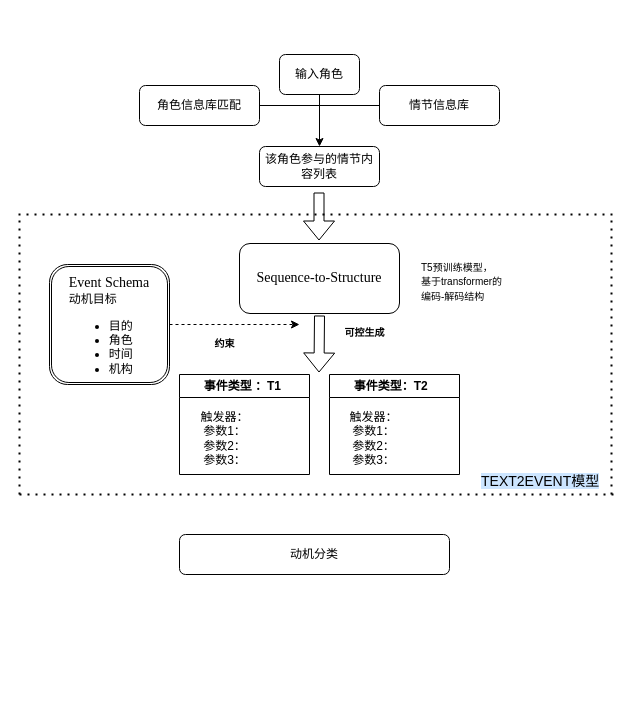
This is 动机目标维度.drawio from Luoxun1989/work-graph, a draw.io file, before an edit. Source tidied: cells renumbered, new cells numbered last; positions are measured from the earlier drawing's top-left corner, leaving out a move shared by most shapes. Both pictures are drawn from the tidied source at 100%, with x=0, y=0 at pixel (18, 54).
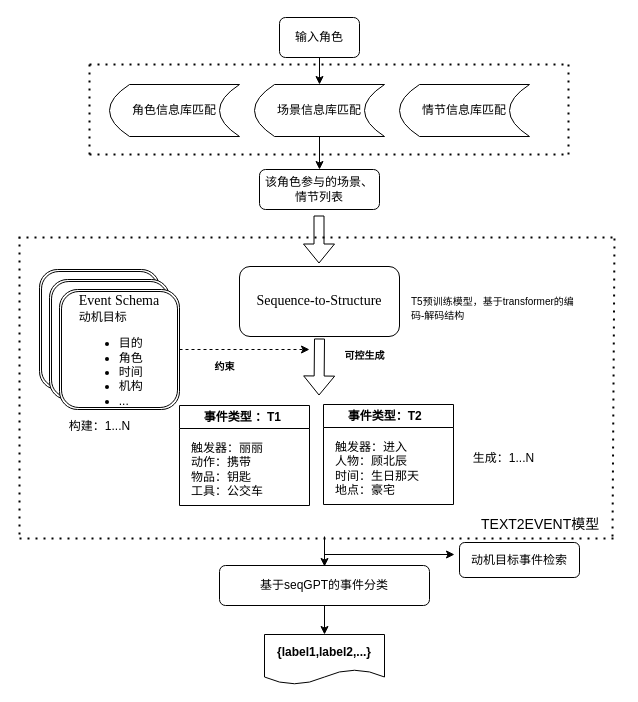
After the change.

Commit message:
更新动机目标维度.drawio

Change to the diagram source:
```diff
@@
-    <mxCell id="2" value="角色信息库匹配" style="rounded=1;whiteSpace=wrap;html=1;fontSize=12;glass=0;strokeWidth=1;shadow=0;" parent="1" vertex="1">
-      <mxGeometry x="121" y="31" width="120" height="40" as="geometry" />
-    </mxCell>
-    <mxCell id="3" value="情节信息库" style="rounded=1;whiteSpace=wrap;html=1;fontSize=12;glass=0;strokeWidth=1;shadow=0;" parent="1" vertex="1">
-      <mxGeometry x="361" y="31" width="120" height="40" as="geometry" />
-    </mxCell>
-    <mxCell id="4" value="该角色参与的情节内容列表" style="rounded=1;whiteSpace=wrap;html=1;fontSize=12;glass=0;strokeWidth=1;shadow=0;" parent="1" vertex="1">
-      <mxGeometry x="241" y="92" width="120" height="40" as="geometry" />
+    <mxCell id="4" value="该角色参与的场景、情节列表" style="rounded=1;whiteSpace=wrap;html=1;fontSize=12;glass=0;strokeWidth=1;shadow=0;" parent="1" vertex="1">
+      <mxGeometry x="241" y="115" width="120" height="40" as="geometry" />
     </mxCell>
     <mxCell id="5" value="输入角色" style="rounded=1;whiteSpace=wrap;html=1;fontSize=12;glass=0;strokeWidth=1;shadow=0;" parent="1" vertex="1">
-      <mxGeometry x="261" width="80" height="40" as="geometry" />
+      <mxGeometry x="261" y="-37" width="80" height="40" as="geometry" />
     </mxCell>
     <mxCell id="6" value="&lt;p class=&quot;MsoNormal&quot;&gt;&lt;span style=&quot;mso-spacerun:'yes';font-family:'Times New Roman';font-size:10.5000pt;&lt;br/&gt;mso-font-kerning:1.0000pt;&quot;&gt;Sequence-to-Structure&lt;/span&gt;&lt;/p&gt;" style="rounded=1;whiteSpace=wrap;html=1;fontSize=12;glass=0;strokeWidth=1;shadow=0;" parent="1" vertex="1">
-      <mxGeometry x="221" y="189" width="160" height="70" as="geometry" />
+      <mxGeometry x="221" y="212" width="160" height="70" as="geometry" />
     </mxCell>
     <mxCell id="7" value="&lt;p&gt;事件类型 ：T1&amp;nbsp;&lt;/p&gt;" style="swimlane;whiteSpace=wrap;html=1;" parent="1" vertex="1">
-      <mxGeometry x="161" y="320" width="130" height="100" as="geometry" />
+      <mxGeometry x="161" y="351" width="130" height="100" as="geometry" />
     </mxCell>
-    <mxCell id="8" value="触发器：&lt;div&gt;参数1：&lt;/div&gt;&lt;div&gt;参数2：&lt;/div&gt;&lt;div&gt;参数3：&lt;/div&gt;" style="text;html=1;align=center;verticalAlign=middle;strokeColor=none;fillColor=none;" parent="7" vertex="1">
-      <mxGeometry x="10" y="29" width="70" height="70" as="geometry" />
+    <mxCell id="8" value="触发器：丽丽&lt;div&gt;&lt;span style=&quot;background-color: initial;&quot;&gt;动作：携带&lt;/span&gt;&lt;/div&gt;&lt;div&gt;&lt;span style=&quot;background-color: initial;&quot;&gt;物品：钥匙&lt;/span&gt;&lt;/div&gt;&lt;div&gt;&lt;div&gt;工具：公交车&lt;/div&gt;&lt;/div&gt;" style="text;html=1;align=left;verticalAlign=middle;strokeColor=none;fillColor=none;" parent="7" vertex="1">
+      <mxGeometry x="10" y="29" width="100" height="70" as="geometry" />
     </mxCell>
     <mxCell id="9" style="shape=flexArrow;endArrow=classic;html=1;rounded=0;exitX=0.5;exitY=1;exitDx=0;exitDy=0;" parent="1" edge="1">
       <mxGeometry relative="1" as="geometry">
-        <mxPoint x="300.5" y="138" as="sourcePoint" />
-        <mxPoint x="300.5" y="186" as="targetPoint" />
+        <mxPoint x="300.5" y="161" as="sourcePoint" />
+        <mxPoint x="300.5" y="209" as="targetPoint" />
       </mxGeometry>
     </mxCell>
     <mxCell id="10" style="shape=flexArrow;endArrow=classic;html=1;rounded=0;exitX=0.453;exitY=1.043;exitDx=0;exitDy=0;exitPerimeter=0;" parent="1" edge="1">
       <mxGeometry relative="1" as="geometry">
-        <mxPoint x="301" y="261" as="sourcePoint" />
-        <mxPoint x="300.5" y="318" as="targetPoint" />
+        <mxPoint x="301" y="284" as="sourcePoint" />
+        <mxPoint x="300.5" y="341" as="targetPoint" />
       </mxGeometry>
     </mxCell>
-    <mxCell id="11" style="endArrow=classic;html=1;rounded=0;dashed=1;exitX=1;exitY=0.5;exitDx=0;exitDy=0;" parent="1" edge="1" source="14">
+    <mxCell id="11" style="endArrow=classic;html=1;rounded=0;dashed=1;exitX=1;exitY=0.5;exitDx=0;exitDy=0;" parent="1" edge="1" source="35">
       <mxGeometry relative="1" as="geometry">
-        <mxPoint x="281" y="270" as="targetPoint" />
+        <mxPoint x="291" y="295" as="targetPoint" />
       </mxGeometry>
     </mxCell>
     <mxCell id="12" value="&lt;font face=&quot;Helvetica&quot; style=&quot;font-size: 10px;&quot;&gt;约束&lt;/font&gt;" style="text;strokeColor=none;fillColor=none;html=1;fontSize=24;fontStyle=1;verticalAlign=middle;align=center;" parent="1" vertex="1">
-      <mxGeometry x="171" y="270" width="70" height="30" as="geometry" />
+      <mxGeometry x="171" y="293" width="70" height="30" as="geometry" />
     </mxCell>
     <mxCell id="13" value="&lt;span style=&quot;font-size: 10px;&quot;&gt;可控生成&lt;/span&gt;" style="text;strokeColor=none;fillColor=none;html=1;fontSize=24;fontStyle=1;verticalAlign=middle;align=center;" parent="1" vertex="1">
-      <mxGeometry x="311" y="259" width="70" height="30" as="geometry" />
+      <mxGeometry x="311" y="282" width="70" height="30" as="geometry" />
     </mxCell>
-    <mxCell id="14" value="&lt;div style=&quot;text-align: justify;&quot;&gt;&lt;span style=&quot;background-color: initial;&quot;&gt;&lt;br&gt;&lt;/span&gt;&lt;/div&gt;&lt;div style=&quot;text-align: justify;&quot;&gt;&lt;span style=&quot;background-color: initial;&quot;&gt;&lt;br&gt;&lt;/span&gt;&lt;/div&gt;&lt;div style=&quot;text-align: justify;&quot;&gt;&lt;span style=&quot;background-color: initial;&quot;&gt;&lt;br&gt;&lt;/span&gt;&lt;/div&gt;&lt;div style=&quot;text-align: justify;&quot;&gt;&lt;span style=&quot;font-family: &amp;quot;Times New Roman&amp;quot;; font-size: 10.5pt; background-color: initial; text-align: center;&quot;&gt;Event Schema&lt;/span&gt;&lt;/div&gt;&lt;div style=&quot;text-align: justify;&quot;&gt;&lt;span style=&quot;background-color: initial;&quot;&gt;动机目标&lt;/span&gt;&lt;/div&gt;&lt;div style=&quot;text-align: justify;&quot;&gt;&lt;ul&gt;&lt;li&gt;目的&lt;/li&gt;&lt;li&gt;角色&lt;/li&gt;&lt;li&gt;时间&lt;/li&gt;&lt;li&gt;&lt;span style=&quot;background-color: initial;&quot;&gt;机构&lt;/span&gt;&lt;/li&gt;&lt;/ul&gt;&lt;/div&gt;&lt;div&gt;&lt;div&gt;&lt;br&gt;&lt;div&gt;&lt;br&gt;&lt;/div&gt;&lt;/div&gt;&lt;/div&gt;" style="shape=ext;double=1;rounded=1;whiteSpace=wrap;html=1;" parent="1" vertex="1">
-      <mxGeometry x="31" y="210" width="120" height="120" as="geometry" />
-    </mxCell>
     <mxCell id="15" value="&lt;p&gt;事件类型：T2&amp;nbsp;&amp;nbsp;&lt;/p&gt;" style="swimlane;whiteSpace=wrap;html=1;" parent="1" vertex="1">
-      <mxGeometry x="311" y="320" width="130" height="100" as="geometry" />
+      <mxGeometry x="305" y="350" width="130" height="100" as="geometry" />
     </mxCell>
-    <mxCell id="16" value="触发器：&lt;div&gt;参数1：&lt;/div&gt;&lt;div&gt;参数2：&lt;/div&gt;&lt;div&gt;参数3：&lt;/div&gt;" style="text;html=1;align=center;verticalAlign=middle;strokeColor=none;fillColor=none;" parent="15" vertex="1">
-      <mxGeometry x="9" y="29" width="70" height="70" as="geometry" />
+    <mxCell id="16" value="触发器：进入&lt;div&gt;人物：顾北辰&lt;/div&gt;&lt;div&gt;时间：生日那天&lt;/div&gt;&lt;div&gt;地点：豪宅&lt;/div&gt;" style="text;html=1;align=left;verticalAlign=middle;strokeColor=none;fillColor=none;" parent="15" vertex="1">
+      <mxGeometry x="10" y="29" width="110" height="70" as="geometry" />
     </mxCell>
-    <mxCell id="17" style="endArrow=classic;html=1;rounded=0;exitX=0.5;exitY=1;exitDx=0;exitDy=0;entryX=0.5;entryY=0;entryDx=0;entryDy=0;" parent="1" edge="1" source="5" target="4">
-      <mxGeometry relative="1" as="geometry" />
+    <mxCell id="17" style="endArrow=classic;html=1;rounded=0;exitX=0.5;exitY=1;exitDx=0;exitDy=0;" parent="1" edge="1" source="5">
+      <mxGeometry relative="1" as="geometry">
+        <mxPoint x="301" y="30" as="targetPoint" />
+      </mxGeometry>
     </mxCell>
-    <mxCell id="18" style="endArrow=none;html=1;rounded=0;exitX=1;exitY=0.5;exitDx=0;exitDy=0;entryX=0;entryY=0.5;entryDx=0;entryDy=0;" parent="1" edge="1" source="2" target="3">
-      <mxGeometry relative="1" as="geometry" />
-    </mxCell>
-    <mxCell id="19" value="&lt;span style=&quot;font-style: normal; font-variant-ligatures: no-common-ligatures; font-variant-caps: normal; font-weight: 400; letter-spacing: normal; orphans: 2; text-align: start; text-indent: 0px; text-transform: none; white-space: normal; widows: 2; word-spacing: 0px; -webkit-text-stroke-width: 0px; background-color: rgb(255, 255, 255); text-decoration-thickness: initial; text-decoration-style: initial; text-decoration-color: initial; float: none; display: inline !important;&quot;&gt;&lt;font face=&quot;Helvetica&quot; style=&quot;font-size: 10px;&quot;&gt;T5预训练模型，&lt;/font&gt;&lt;/span&gt;&lt;div&gt;&lt;span style=&quot;font-style: normal; font-variant-ligatures: no-common-ligatures; font-variant-caps: normal; font-weight: 400; letter-spacing: normal; orphans: 2; text-align: start; text-indent: 0px; text-transform: none; white-space: normal; widows: 2; word-spacing: 0px; -webkit-text-stroke-width: 0px; background-color: rgb(255, 255, 255); text-decoration-thickness: initial; text-decoration-style: initial; text-decoration-color: initial; float: none; display: inline !important;&quot;&gt;&lt;font face=&quot;Helvetica&quot; style=&quot;font-size: 10px;&quot;&gt;基于transformer的&lt;/font&gt;&lt;/span&gt;&lt;/div&gt;&lt;div&gt;&lt;span style=&quot;font-style: normal; font-variant-ligatures: no-common-ligatures; font-variant-caps: normal; font-weight: 400; letter-spacing: normal; orphans: 2; text-align: start; text-indent: 0px; text-transform: none; white-space: normal; widows: 2; word-spacing: 0px; -webkit-text-stroke-width: 0px; background-color: rgb(255, 255, 255); text-decoration-thickness: initial; text-decoration-style: initial; text-decoration-color: initial; float: none; display: inline !important;&quot;&gt;&lt;font face=&quot;Helvetica&quot; style=&quot;font-size: 10px;&quot;&gt;编码-解码结构&lt;/font&gt;&lt;/span&gt;&lt;/div&gt;" style="text;whiteSpace=wrap;html=1;" parent="1" vertex="1">
-      <mxGeometry x="401" y="199" width="110" height="60" as="geometry" />
+    <mxCell id="19" value="&lt;span style=&quot;font-style: normal; font-variant-ligatures: no-common-ligatures; font-variant-caps: normal; font-weight: 400; letter-spacing: normal; orphans: 2; text-align: start; text-indent: 0px; text-transform: none; white-space: normal; widows: 2; word-spacing: 0px; -webkit-text-stroke-width: 0px; background-color: rgb(255, 255, 255); text-decoration-thickness: initial; text-decoration-style: initial; text-decoration-color: initial; float: none; display: inline !important;&quot;&gt;&lt;font face=&quot;Helvetica&quot; style=&quot;font-size: 10px;&quot;&gt;T5预训练模型，&lt;/font&gt;&lt;/span&gt;&lt;span style=&quot;font-size: 10px; background-color: rgb(255, 255, 255); font-variant-ligatures: no-common-ligatures;&quot;&gt;基于transformer的&lt;/span&gt;&lt;span style=&quot;font-size: 10px; background-color: rgb(255, 255, 255); font-variant-ligatures: no-common-ligatures;&quot;&gt;编码-解码结构&lt;/span&gt;" style="text;whiteSpace=wrap;html=1;" parent="1" vertex="1">
+      <mxGeometry x="391" y="233" width="170" height="47" as="geometry" />
     </mxCell>
     <mxCell id="20" style="endArrow=none;dashed=1;html=1;dashPattern=1 3;strokeWidth=2;rounded=0;" parent="1" edge="1">
       <mxGeometry relative="1" as="geometry">
-        <mxPoint y="160" as="sourcePoint" />
-        <mxPoint x="600" y="160" as="targetPoint" />
+        <mxPoint y="183" as="sourcePoint" />
+        <mxPoint x="600" y="183" as="targetPoint" />
       </mxGeometry>
     </mxCell>
     <mxCell id="21" style="endArrow=none;dashed=1;html=1;dashPattern=1 3;strokeWidth=2;rounded=0;" parent="1" edge="1">
       <mxGeometry relative="1" as="geometry">
-        <mxPoint x="1" y="440" as="sourcePoint" />
-        <mxPoint x="601" y="440" as="targetPoint" />
+        <mxPoint x="1" y="484" as="sourcePoint" />
+        <mxPoint x="601" y="484" as="targetPoint" />
       </mxGeometry>
     </mxCell>
     <mxCell id="22" style="endArrow=none;dashed=1;html=1;dashPattern=1 3;strokeWidth=2;rounded=0;" parent="1" edge="1">
       <mxGeometry relative="1" as="geometry">
-        <mxPoint x="1" y="440" as="sourcePoint" />
-        <mxPoint x="1" y="160" as="targetPoint" />
+        <mxPoint x="1" y="480" as="sourcePoint" />
+        <mxPoint x="1" y="183" as="targetPoint" />
       </mxGeometry>
     </mxCell>
-    <mxCell id="23" style="endArrow=none;dashed=1;html=1;dashPattern=1 3;strokeWidth=2;rounded=0;" parent="1" edge="1">
+    <mxCell id="23" style="endArrow=none;dashed=1;html=1;dashPattern=1 3;strokeWidth=2;rounded=0;exitX=1;exitY=1;exitDx=0;exitDy=0;" parent="1" edge="1">
       <mxGeometry relative="1" as="geometry">
-        <mxPoint x="593" y="440" as="sourcePoint" />
-        <mxPoint x="593" y="160" as="targetPoint" />
+        <mxPoint x="594" y="482" as="sourcePoint" />
+        <mxPoint x="596" y="181" as="targetPoint" />
       </mxGeometry>
     </mxCell>
-    <mxCell id="24" value="&lt;p class=&quot;MsoNormal&quot;&gt;&lt;span style=&quot;font-size: 10.5pt; background-color: rgb(204, 229, 255);&quot;&gt;&lt;font face=&quot;Helvetica&quot;&gt;TEXT2EVENT模型&lt;/font&gt;&lt;/span&gt;&lt;/p&gt;" style="text;whiteSpace=wrap;html=1;" parent="1" vertex="1">
-      <mxGeometry x="461" y="400" width="130" height="60" as="geometry" />
+    <mxCell id="24" value="&lt;p class=&quot;MsoNormal&quot;&gt;&lt;span style=&quot;font-size: 10.5pt; background-color: rgb(255, 255, 255);&quot;&gt;&lt;font style=&quot;&quot; face=&quot;Helvetica&quot;&gt;TEXT2EVENT模型&lt;/font&gt;&lt;/span&gt;&lt;/p&gt;" style="text;whiteSpace=wrap;html=1;" parent="1" vertex="1">
+      <mxGeometry x="461" y="443" width="130" height="60" as="geometry" />
     </mxCell>
-    <mxCell id="25" value="动机分类" style="rounded=1;whiteSpace=wrap;html=1;fontSize=12;glass=0;strokeWidth=1;shadow=0;" parent="1" vertex="1">
-      <mxGeometry x="161" y="480" width="270" height="40" as="geometry" />
+    <mxCell id="25" value="基于seqGPT的事件分类" style="rounded=1;whiteSpace=wrap;html=1;fontSize=12;glass=0;strokeWidth=1;shadow=0;" parent="1" vertex="1">
+      <mxGeometry x="201" y="511" width="210" height="40" as="geometry" />
     </mxCell>
+    <mxCell id="2" value="角色信息库匹配" style="shape=dataStorage;whiteSpace=wrap;html=1;fixedSize=1;" parent="1" vertex="1">
+      <mxGeometry x="91" y="30" width="130" height="52" as="geometry" />
+    </mxCell>
+    <mxCell id="26" value="情节信息库匹配" style="shape=dataStorage;whiteSpace=wrap;html=1;fixedSize=1;" parent="1" vertex="1">
+      <mxGeometry x="381" y="30" width="130" height="52" as="geometry" />
+    </mxCell>
+    <mxCell id="27" value="场景信息库匹配" style="shape=dataStorage;whiteSpace=wrap;html=1;fixedSize=1;" parent="1" vertex="1">
+      <mxGeometry x="236" y="30" width="130" height="52" as="geometry" />
+    </mxCell>
+    <mxCell id="28" style="endArrow=classic;html=1;rounded=0;exitX=0.5;exitY=1;exitDx=0;exitDy=0;entryX=0.5;entryY=0;entryDx=0;entryDy=0;" parent="1" edge="1" source="27" target="4">
+      <mxGeometry relative="1" as="geometry" />
+    </mxCell>
+    <mxCell id="29" style="endArrow=none;dashed=1;html=1;dashPattern=1 3;strokeWidth=2;rounded=0;" parent="1" edge="1">
+      <mxGeometry relative="1" as="geometry">
+        <mxPoint x="71" y="100" as="sourcePoint" />
+        <mxPoint x="551" y="100" as="targetPoint" />
+      </mxGeometry>
+    </mxCell>
+    <mxCell id="30" style="endArrow=none;dashed=1;html=1;dashPattern=1 3;strokeWidth=2;rounded=0;" parent="1" edge="1">
+      <mxGeometry relative="1" as="geometry">
+        <mxPoint x="71" y="10" as="sourcePoint" />
+        <mxPoint x="551" y="10" as="targetPoint" />
+      </mxGeometry>
+    </mxCell>
+    <mxCell id="31" style="endArrow=none;dashed=1;html=1;dashPattern=1 3;strokeWidth=2;rounded=0;" parent="1" edge="1">
+      <mxGeometry relative="1" as="geometry">
+        <mxPoint x="71" y="100" as="sourcePoint" />
+        <mxPoint x="71" y="10" as="targetPoint" />
+      </mxGeometry>
+    </mxCell>
+    <mxCell id="32" style="endArrow=none;dashed=1;html=1;dashPattern=1 3;strokeWidth=2;rounded=0;" parent="1" edge="1">
+      <mxGeometry relative="1" as="geometry">
+        <mxPoint x="550" y="100" as="sourcePoint" />
+        <mxPoint x="550" y="10" as="targetPoint" />
+      </mxGeometry>
+    </mxCell>
+    <mxCell id="33" value="&lt;div style=&quot;text-align: justify;&quot;&gt;&lt;br&gt;&lt;/div&gt;" style="shape=ext;double=1;rounded=1;whiteSpace=wrap;html=1;" parent="1" vertex="1">
+      <mxGeometry x="21" y="215" width="120" height="120" as="geometry" />
+    </mxCell>
+    <mxCell id="34" value="&lt;div style=&quot;text-align: justify;&quot;&gt;&lt;br&gt;&lt;/div&gt;" style="shape=ext;double=1;rounded=1;whiteSpace=wrap;html=1;" parent="1" vertex="1">
+      <mxGeometry x="31" y="225" width="120" height="120" as="geometry" />
+    </mxCell>
+    <mxCell id="35" value="&lt;div style=&quot;text-align: justify;&quot;&gt;&lt;br&gt;&lt;/div&gt;&lt;div style=&quot;text-align: justify;&quot;&gt;&lt;div&gt;&lt;span style=&quot;background-color: initial;&quot;&gt;&lt;br&gt;&lt;/span&gt;&lt;/div&gt;&lt;div&gt;&lt;span style=&quot;background-color: initial;&quot;&gt;&lt;br&gt;&lt;/span&gt;&lt;/div&gt;&lt;div&gt;&lt;span style=&quot;font-family: &amp;quot;Times New Roman&amp;quot;; font-size: 10.5pt; background-color: initial; text-align: center;&quot;&gt;Event Schema&lt;/span&gt;&lt;/div&gt;&lt;div&gt;&lt;span style=&quot;background-color: initial;&quot;&gt;动机目标&lt;/span&gt;&lt;/div&gt;&lt;div&gt;&lt;ul&gt;&lt;li&gt;目的&lt;/li&gt;&lt;li&gt;角色&lt;/li&gt;&lt;li&gt;时间&lt;/li&gt;&lt;li&gt;&lt;span style=&quot;background-color: initial;&quot;&gt;机构&lt;/span&gt;&lt;/li&gt;&lt;li&gt;...&lt;/li&gt;&lt;/ul&gt;&lt;/div&gt;&lt;div&gt;&lt;br&gt;&lt;div&gt;&lt;br style=&quot;text-align: center;&quot;&gt;&lt;/div&gt;&lt;/div&gt;&lt;/div&gt;" style="shape=ext;double=1;rounded=1;whiteSpace=wrap;html=1;" parent="1" vertex="1">
+      <mxGeometry x="41" y="235" width="120" height="120" as="geometry" />
+    </mxCell>
+    <mxCell id="36" value="&lt;font style=&quot;font-size: 12px; font-weight: normal;&quot;&gt;构建：1...N&lt;/font&gt;" style="text;strokeColor=none;fillColor=none;html=1;fontSize=24;fontStyle=1;verticalAlign=middle;align=center;" parent="1" vertex="1">
+      <mxGeometry x="31" y="355" width="100" height="25" as="geometry" />
+    </mxCell>
+    <mxCell id="37" value="&lt;font style=&quot;font-size: 12px; font-weight: normal;&quot;&gt;生成：1...N&lt;/font&gt;" style="text;strokeColor=none;fillColor=none;html=1;fontSize=24;fontStyle=1;verticalAlign=middle;align=center;" parent="1" vertex="1">
+      <mxGeometry x="435" y="387.5" width="100" height="25" as="geometry" />
+    </mxCell>
+    <mxCell id="38" style="endArrow=classic;html=1;rounded=0;entryX=0.5;entryY=0;entryDx=0;entryDy=0;" parent="1" edge="1">
+      <mxGeometry relative="1" as="geometry">
+        <mxPoint x="306" y="482" as="sourcePoint" />
+        <mxPoint x="306" y="512" as="targetPoint" />
+      </mxGeometry>
+    </mxCell>
+    <mxCell id="39" value="&lt;b&gt;{label1,label2,...}&lt;/b&gt;" style="shape=document;whiteSpace=wrap;html=1;boundedLbl=1;" parent="1" vertex="1">
+      <mxGeometry x="246" y="580" width="120" height="50" as="geometry" />
+    </mxCell>
+    <mxCell id="40" style="endArrow=classic;html=1;rounded=0;exitX=0.5;exitY=1;exitDx=0;exitDy=0;" parent="1" edge="1" source="25" target="39">
+      <mxGeometry relative="1" as="geometry" />
+    </mxCell>
+    <mxCell id="41" style="endArrow=classic;html=1;rounded=0;" parent="1" edge="1">
+      <mxGeometry relative="1" as="geometry">
+        <mxPoint x="306" y="500" as="sourcePoint" />
+        <mxPoint x="436" y="500" as="targetPoint" />
+      </mxGeometry>
+    </mxCell>
+    <mxCell id="42" value="动机目标事件检索" style="rounded=1;whiteSpace=wrap;html=1;" parent="1" vertex="1">
+      <mxGeometry x="441" y="488" width="120" height="35" as="geometry" />
+    </mxCell>
```
